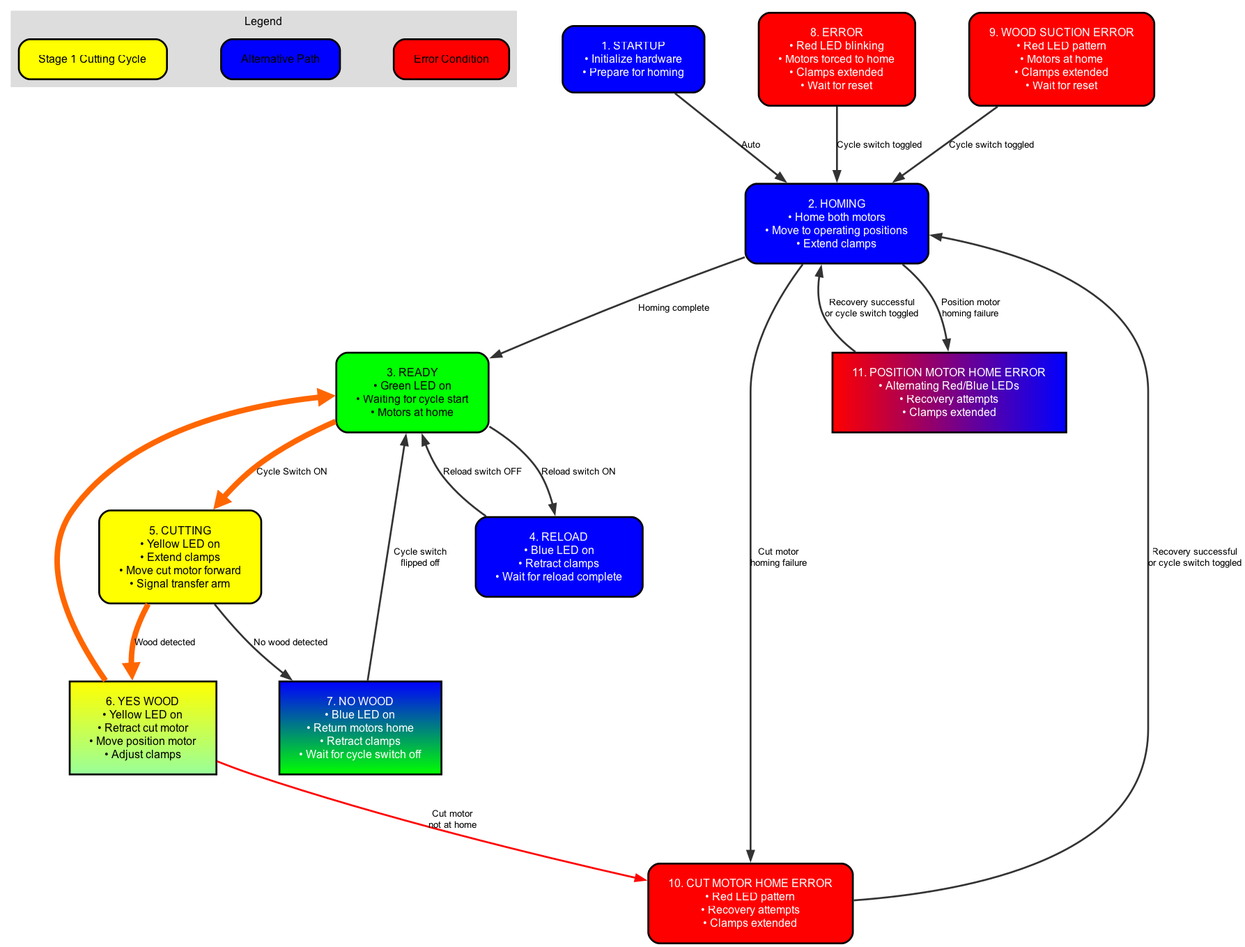
akivaweil/Stage-1-Mar25 keeps this Graphviz diagram as flowcharts/cutting_machine_flowchart.png. Above is the earlier version. Its source is kept beside it as flowcharts/cutting_machine_flowchart.dot.
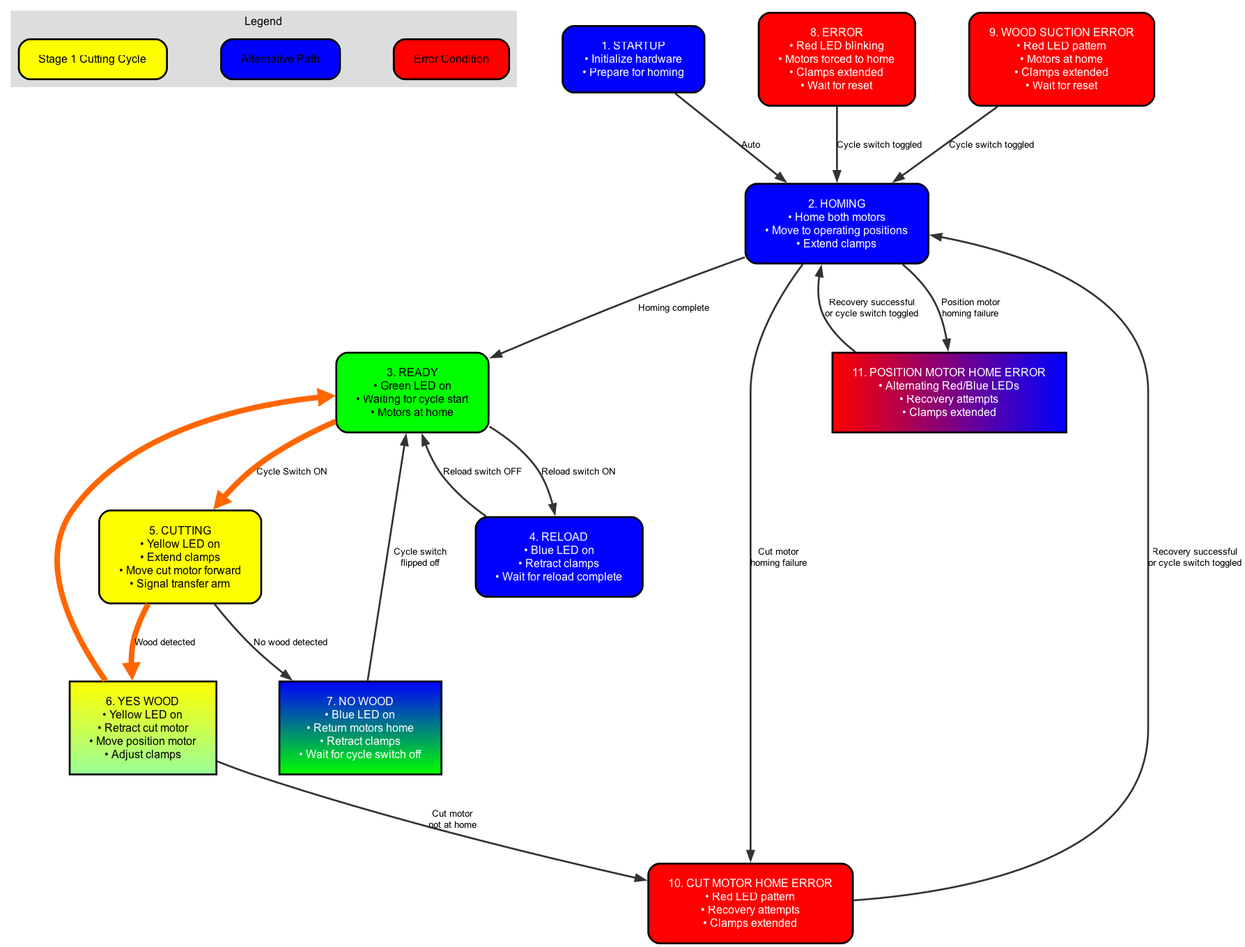
After the change.

Commit message:
Adjust 'Cut motor not at home' label position and angle

What changed in the source:
```diff
@@ -37,7 +37,7 @@
   READY -> RELOAD [label="Reload switch ON"];
   RELOAD -> READY [label="Reload switch OFF"];
   CUTTING -> NOWOOD [label="No wood detected"];
-  YESWOOD -> CUT_MOTOR_HOME_ERROR [label="Cut motor\nnot at home", color="red", penwidth=2.0];
+  YESWOOD -> CUT_MOTOR_HOME_ERROR [label="Cut motor\nnot at home", labelangle=10, labeldistance=2.5];
   NOWOOD -> READY [label="Cycle switch\nflipped off"];
   WOOD_SUCTION_ERROR -> HOMING [label="Cycle switch toggled"];
   CUT_MOTOR_HOME_ERROR -> HOMING [label="Recovery successful\nor cycle switch toggled"];
```
